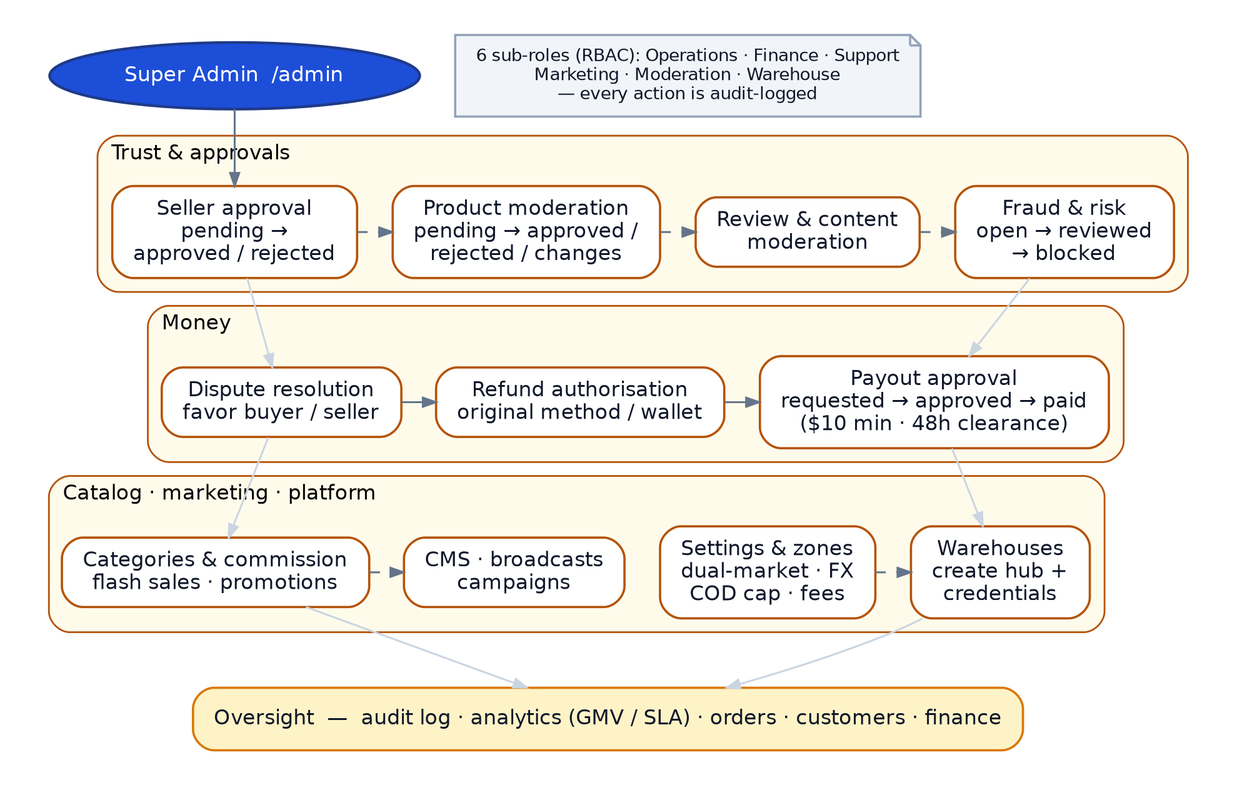
This is docs/flows/diagrams/08_admin.png from WaseemMirzaa/somba-apps, a Graphviz export, as it was before one commit. Its source is kept beside it as docs/flows/diagrams/08_admin.dot.
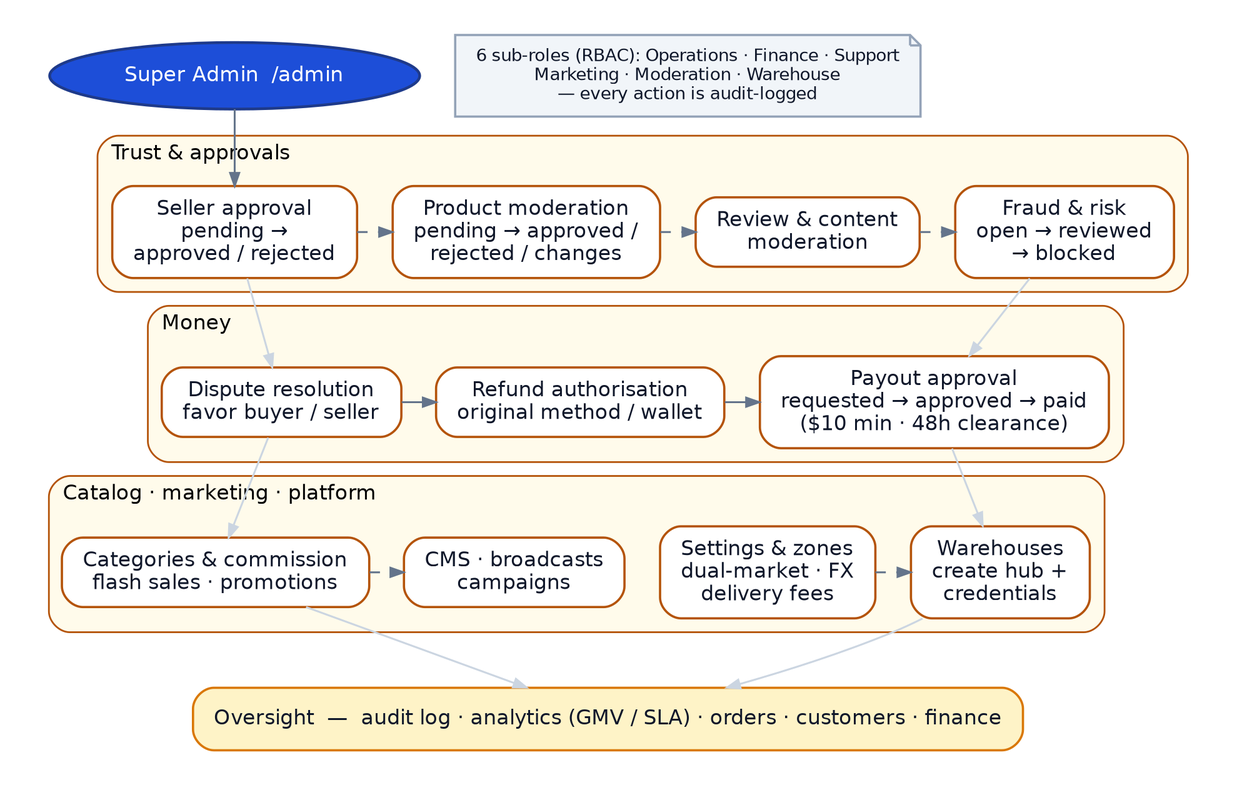
Above is the later version.

Change to the diagram source:
```diff
@@ -41,7 +41,7 @@
 campaigns", shape=box, style="rounded,filled", fillcolor="white", color="#b45309", fontcolor="#0f172a", fontsize=12, penwidth=1.3];
   "ad_set" [label="Settings & zones
 dual-market · FX
-COD cap · fees", shape=box, style="rounded,filled", fillcolor="white", color="#b45309", fontcolor="#0f172a", fontsize=12, penwidth=1.3];
+delivery fees", shape=box, style="rounded,filled", fillcolor="white", color="#b45309", fontcolor="#0f172a", fontsize=12, penwidth=1.3];
   "ad_ware" [label="Warehouses
 create hub +
 credentials", shape=box, style="rounded,filled", fillcolor="white", color="#b45309", fontcolor="#0f172a", fontsize=12, penwidth=1.3];
```
